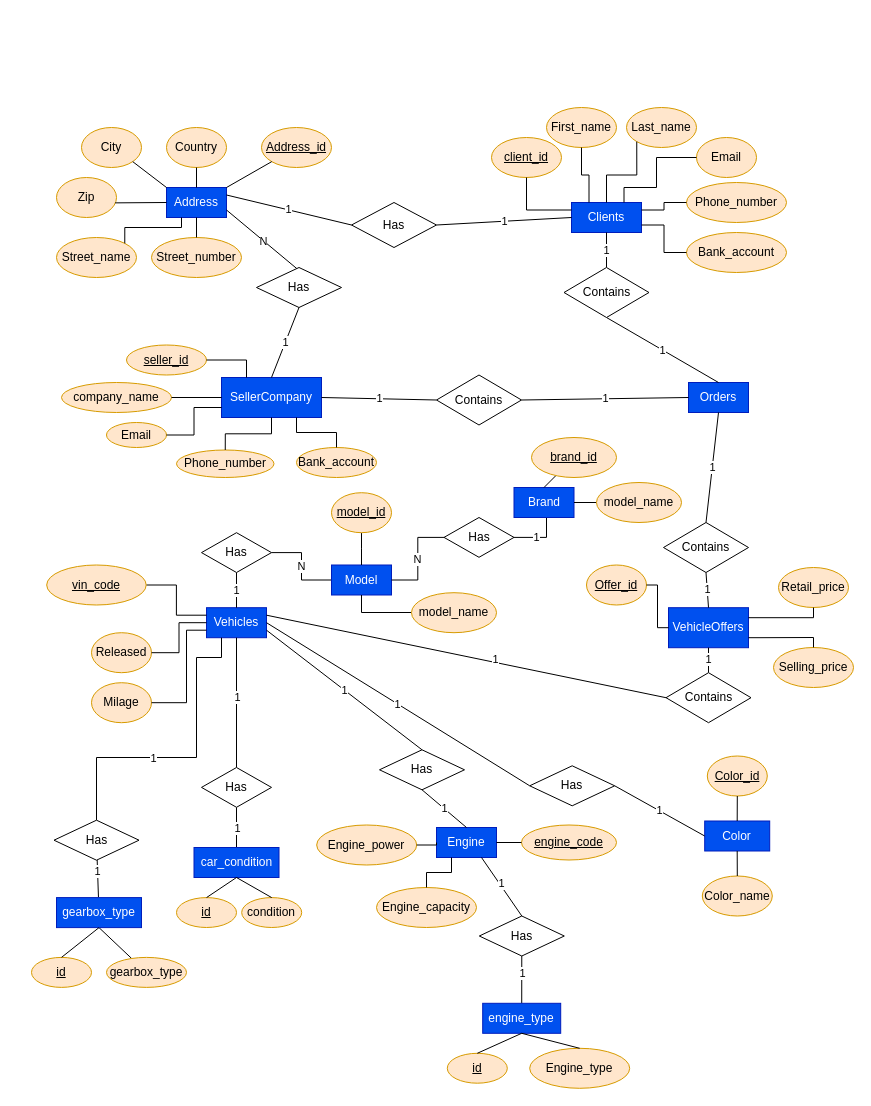
Before: page "Conceptual model" (2 of 3) of Car Marketplace.drawio in kstekels/Car-Marketplace, a draw.io diagram. Source tidied: cells renumbered, new cells numbered last; positions are measured from the earlier drawing's top-left corner, leaving out a move shared by most shapes. Both pictures are drawn from the tidied source at 100%, with x=0, y=0 at pixel (31, 107).
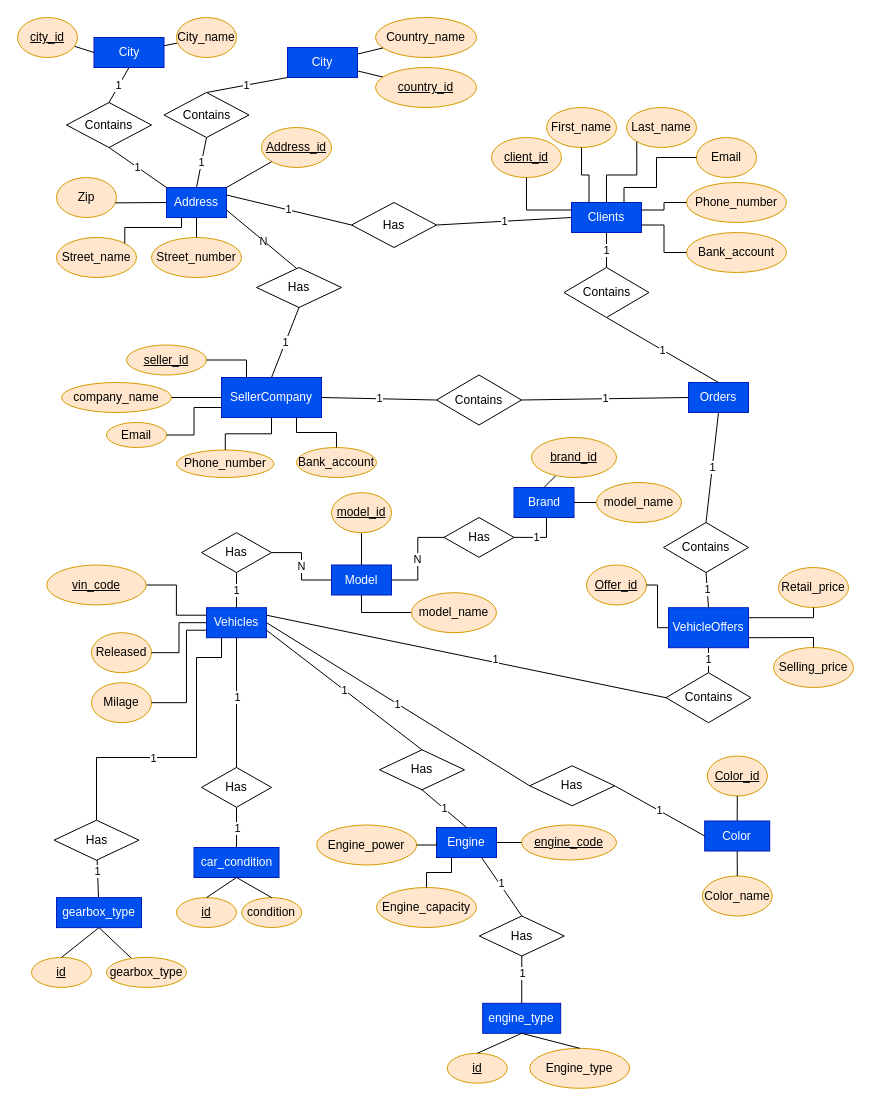
The same diagram, later.

The change refers to these unchanged cells:
```xml
<mxCell id="3" value="Address" style="rounded=0;whiteSpace=wrap;html=1;fillColor=#0050ef;fontColor=#ffffff;strokeColor=#001DBC;" parent="1" vertex="1">
  <mxGeometry x="135" y="80" width="60" height="30" as="geometry" />
</mxCell>
```

Diff of the diagram source:
```diff
@@
-    <mxCell id="15" value="Country" style="ellipse;whiteSpace=wrap;html=1;fillColor=#ffe6cc;strokeColor=#d79b00;" parent="1" vertex="1">
-      <mxGeometry x="135" y="20" width="60" height="40" as="geometry" />
-    </mxCell>
-    <mxCell id="16" value="City" style="ellipse;whiteSpace=wrap;html=1;fillColor=#ffe6cc;strokeColor=#d79b00;" parent="1" vertex="1">
-      <mxGeometry x="50" y="20" width="60" height="40" as="geometry" />
-    </mxCell>
@@
-    <mxCell id="20" style="endArrow=none;html=1;rounded=0;entryX=0.5;entryY=1;entryDx=0;entryDy=0;exitX=0.5;exitY=0;exitDx=0;exitDy=0;" parent="1" edge="1" source="3" target="15">
+    <mxCell id="20" value="1" style="endArrow=none;html=1;rounded=0;exitX=0.5;exitY=0;exitDx=0;exitDy=0;entryX=0.5;entryY=1;entryDx=0;entryDy=0;" parent="1" edge="1" source="3" target="142">
       <mxGeometry relative="1" as="geometry" />
     </mxCell>
-    <mxCell id="21" style="endArrow=none;html=1;rounded=0;entryX=1;entryY=1;entryDx=0;entryDy=0;exitX=0;exitY=0;exitDx=0;exitDy=0;exitPerimeter=0;" parent="1" edge="1" source="3" target="16">
+    <mxCell id="21" value="1" style="endArrow=none;html=1;rounded=0;entryX=0.5;entryY=1;entryDx=0;entryDy=0;exitX=0;exitY=0;exitDx=0;exitDy=0;exitPerimeter=0;" parent="1" edge="1" source="3" target="144">
       <mxGeometry relative="1" as="geometry" />
     </mxCell>
@@
+    <mxCell id="138" value="&lt;div&gt;Country_name&lt;/div&gt;" style="ellipse;whiteSpace=wrap;html=1;fillColor=#ffe6cc;strokeColor=#d79b00;" parent="1" vertex="1">
+      <mxGeometry x="344" y="-90" width="101" height="40" as="geometry" />
+    </mxCell>
+    <mxCell id="139" style="edgeStyle=none;rounded=0;jettySize=auto;html=1;startArrow=none;startFill=0;endArrow=none;endFill=0;" parent="1" edge="1" source="140" target="148">
+      <mxGeometry relative="1" as="geometry" />
+    </mxCell>
+    <mxCell id="140" value="&lt;div&gt;City_name&lt;/div&gt;" style="ellipse;whiteSpace=wrap;html=1;fillColor=#ffe6cc;strokeColor=#d79b00;" parent="1" vertex="1">
+      <mxGeometry x="145" y="-90" width="60" height="40" as="geometry" />
+    </mxCell>
+    <mxCell id="141" value="1" style="rounded=0;jettySize=auto;html=1;entryX=0;entryY=1;entryDx=0;entryDy=0;startArrow=none;startFill=0;endArrow=none;endFill=0;exitX=0.5;exitY=0;exitDx=0;exitDy=0;" parent="1" edge="1" source="142" target="147">
+      <mxGeometry relative="1" as="geometry" />
+    </mxCell>
+    <mxCell id="142" value="Contains" style="shape=rhombus;perimeter=rhombusPerimeter;whiteSpace=wrap;html=1;align=center;" parent="1" vertex="1">
+      <mxGeometry x="132.5" y="-15" width="85" height="45" as="geometry" />
+    </mxCell>
+    <mxCell id="143" value="1" style="rounded=0;jettySize=auto;html=1;startArrow=none;startFill=0;endArrow=none;endFill=0;exitX=0.5;exitY=0;exitDx=0;exitDy=0;entryX=0.5;entryY=1;entryDx=0;entryDy=0;" parent="1" edge="1" source="144" target="148">
+      <mxGeometry relative="1" as="geometry" />
+    </mxCell>
+    <mxCell id="144" value="Contains" style="shape=rhombus;perimeter=rhombusPerimeter;whiteSpace=wrap;html=1;align=center;" parent="1" vertex="1">
+      <mxGeometry x="35" y="-5" width="85" height="45" as="geometry" />
+    </mxCell>
+    <mxCell id="145" style="edgeStyle=none;rounded=0;jettySize=auto;html=1;startArrow=none;startFill=0;endArrow=none;endFill=0;" parent="1" edge="1" source="147" target="138">
+      <mxGeometry relative="1" as="geometry" />
+    </mxCell>
+    <mxCell id="146" style="edgeStyle=none;rounded=0;jettySize=auto;html=1;startArrow=none;startFill=0;endArrow=none;endFill=0;" parent="1" edge="1" source="147" target="151">
+      <mxGeometry relative="1" as="geometry" />
+    </mxCell>
+    <mxCell id="147" value="&lt;div&gt;City&lt;/div&gt;" style="rounded=0;whiteSpace=wrap;html=1;fillColor=#0050ef;strokeColor=#001DBC;fontColor=#ffffff;" parent="1" vertex="1">
+      <mxGeometry x="256" y="-60" width="70" height="30" as="geometry" />
+    </mxCell>
+    <mxCell id="148" value="&lt;div&gt;City&lt;/div&gt;" style="rounded=0;whiteSpace=wrap;html=1;fillColor=#0050ef;strokeColor=#001DBC;fontColor=#ffffff;" parent="1" vertex="1">
+      <mxGeometry x="62.5" y="-70" width="70" height="30" as="geometry" />
+    </mxCell>
+    <mxCell id="149" style="edgeStyle=none;rounded=0;jettySize=auto;html=1;entryX=0;entryY=0.5;entryDx=0;entryDy=0;startArrow=none;startFill=0;endArrow=none;endFill=0;" parent="1" edge="1" source="150" target="148">
+      <mxGeometry relative="1" as="geometry" />
+    </mxCell>
+    <mxCell id="150" value="&lt;div&gt;&lt;u&gt;city_id&lt;/u&gt;&lt;/div&gt;" style="ellipse;whiteSpace=wrap;html=1;fillColor=#ffe6cc;strokeColor=#d79b00;" parent="1" vertex="1">
+      <mxGeometry x="-14" y="-90" width="60" height="40" as="geometry" />
+    </mxCell>
+    <mxCell id="151" value="&lt;u&gt;country_id&lt;/u&gt;" style="ellipse;whiteSpace=wrap;html=1;fillColor=#ffe6cc;strokeColor=#d79b00;" parent="1" vertex="1">
+      <mxGeometry x="344" y="-40" width="101" height="40" as="geometry" />
+    </mxCell>
```
